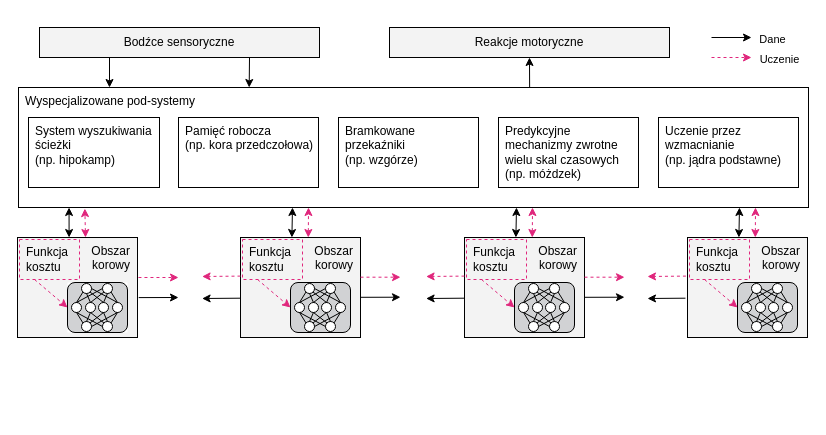
This is Source/BrainLikeNeuralNetworkArchitecture.drawio from mMosiur/Licencjat-Kognitywistyka, a draw.io file, before an edit. Source tidied: cells renumbered, new cells numbered last; positions are measured from the earlier drawing's top-left corner, leaving out a move shared by most shapes. Both pictures are drawn from the tidied source at 100%, with x=0, y=0 at pixel (17, 27).
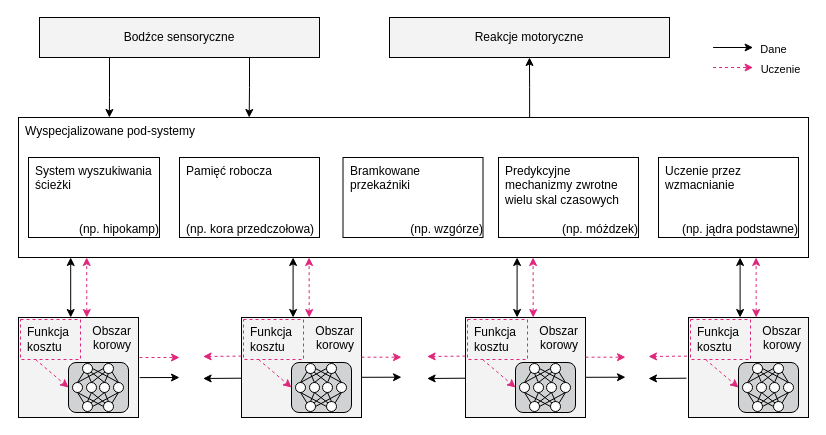
After the change.

Unchanged cells that the change refers to:
```xml
<mxCell id="104" value="Obszar&lt;br&gt;korowy" style="rounded=0;whiteSpace=wrap;html=1;align=right;verticalAlign=top;spacingRight=5;fillColor=#f3f3f3;" parent="103" vertex="1">
  <mxGeometry width="120" height="100" as="geometry" />
</mxCell>
```

The edit, as a diff of the source:
```diff
@@
     <mxCell id="3" value="Wyspecjalizowane pod-systemy" style="rounded=0;whiteSpace=wrap;html=1;verticalAlign=top;labelPosition=center;verticalLabelPosition=middle;align=left;spacingLeft=5;" parent="1" vertex="1">
-      <mxGeometry x="1" y="60" width="790" height="120" as="geometry" />
+      <mxGeometry x="1" y="90" width="790" height="140" as="geometry" />
     </mxCell>
-    <mxCell id="4" value="System wyszukiwania ścieżki&lt;br&gt;(np. hipokamp)" style="rounded=0;whiteSpace=wrap;html=1;verticalAlign=top;labelPosition=center;verticalLabelPosition=middle;align=left;spacingLeft=5;" parent="1" vertex="1">
-      <mxGeometry x="11" y="90" width="131" height="70" as="geometry" />
+    <mxCell id="4" value="System wyszukiwania ścieżki&lt;br&gt;&lt;div&gt;&lt;span&gt;&lt;br&gt;&lt;/span&gt;&lt;/div&gt;&lt;div&gt;&lt;span&gt;&lt;br&gt;&lt;/span&gt;&lt;/div&gt;&lt;div style=&quot;text-align: right&quot;&gt;&lt;span&gt;(np. hipokamp)&lt;/span&gt;&lt;/div&gt;" style="rounded=0;whiteSpace=wrap;html=1;verticalAlign=top;labelPosition=center;verticalLabelPosition=middle;align=left;spacingLeft=5;" parent="1" vertex="1">
+      <mxGeometry x="11" y="130" width="131" height="80" as="geometry" />
     </mxCell>
-    <mxCell id="5" value="Pamięć robocza&lt;br&gt;(np. kora przedczołowa)" style="rounded=0;whiteSpace=wrap;html=1;verticalAlign=top;labelPosition=center;verticalLabelPosition=middle;align=left;spacingLeft=5;" parent="1" vertex="1">
-      <mxGeometry x="161" y="90" width="140" height="70" as="geometry" />
+    <mxCell id="5" value="Pamięć robocza&lt;br&gt;&lt;br&gt;&lt;br&gt;&lt;br&gt;&lt;div style=&quot;text-align: right&quot;&gt;&lt;span&gt;(np. kora przedczołowa)&lt;/span&gt;&lt;/div&gt;" style="rounded=0;whiteSpace=wrap;html=1;verticalAlign=top;labelPosition=center;verticalLabelPosition=middle;align=left;spacingLeft=5;" parent="1" vertex="1">
+      <mxGeometry x="162" y="130" width="140" height="80" as="geometry" />
     </mxCell>
-    <mxCell id="6" value="Bramkowane przekaźniki&lt;br&gt;(np. wzgórze)" style="rounded=0;whiteSpace=wrap;html=1;verticalAlign=top;labelPosition=center;verticalLabelPosition=middle;align=left;spacingLeft=5;" parent="1" vertex="1">
-      <mxGeometry x="321" y="90" width="140" height="70" as="geometry" />
+    <mxCell id="6" value="Bramkowane przekaźniki&lt;br&gt;&lt;br&gt;&lt;br&gt;&lt;div style=&quot;text-align: right&quot;&gt;&lt;span&gt;(np. wzgórze)&lt;/span&gt;&lt;/div&gt;" style="rounded=0;whiteSpace=wrap;html=1;verticalAlign=top;labelPosition=center;verticalLabelPosition=middle;align=left;spacingLeft=5;" parent="1" vertex="1">
+      <mxGeometry x="325.5" y="130" width="140" height="80" as="geometry" />
     </mxCell>
-    <mxCell id="7" value="Predykcyjne mechanizmy zwrotne wielu skal czasowych&lt;br&gt;(np. móżdzek)" style="rounded=0;whiteSpace=wrap;html=1;verticalAlign=top;labelPosition=center;verticalLabelPosition=middle;align=left;spacingLeft=5;" parent="1" vertex="1">
-      <mxGeometry x="481" y="90" width="140" height="70" as="geometry" />
+    <mxCell id="7" value="Predykcyjne mechanizmy zwrotne wielu skal czasowych&lt;br&gt;&lt;br&gt;&lt;div style=&quot;text-align: right&quot;&gt;&lt;span&gt;(np. móżdzek)&lt;/span&gt;&lt;/div&gt;" style="rounded=0;whiteSpace=wrap;html=1;verticalAlign=top;labelPosition=center;verticalLabelPosition=middle;align=left;spacingLeft=5;" parent="1" vertex="1">
+      <mxGeometry x="481" y="130" width="140" height="80" as="geometry" />
     </mxCell>
-    <mxCell id="8" value="Uczenie przez wzmacnianie&lt;br&gt;(np. jądra podstawne)" style="rounded=0;whiteSpace=wrap;html=1;verticalAlign=top;labelPosition=center;verticalLabelPosition=middle;align=left;spacingLeft=5;" parent="1" vertex="1">
-      <mxGeometry x="641" y="90" width="140" height="70" as="geometry" />
+    <mxCell id="8" value="Uczenie przez wzmacnianie&lt;br&gt;&lt;br&gt;&lt;br&gt;&lt;div style=&quot;text-align: right&quot;&gt;&lt;span&gt;(np. jądra podstawne)&lt;/span&gt;&lt;/div&gt;" style="rounded=0;whiteSpace=wrap;html=1;verticalAlign=top;labelPosition=center;verticalLabelPosition=middle;align=left;spacingLeft=5;" parent="1" vertex="1">
+      <mxGeometry x="641" y="130" width="140" height="80" as="geometry" />
     </mxCell>
-    <mxCell id="9" style="edgeStyle=orthogonalEdgeStyle;rounded=0;jettySize=auto;html=1;exitX=0.25;exitY=1;exitDx=0;exitDy=0;" parent="1" edge="1" source="11">
+    <mxCell id="9" style="edgeStyle=orthogonalEdgeStyle;rounded=0;jettySize=auto;html=1;exitX=0.25;exitY=1;exitDx=0;exitDy=0;entryX=0.115;entryY=0;entryDx=0;entryDy=0;entryPerimeter=0;" parent="1" edge="1" source="11" target="3">
       <mxGeometry relative="1" as="geometry">
-        <mxPoint x="92" y="60" as="targetPoint" />
         <Array as="points">
-          <mxPoint x="92" y="60" />
+          <mxPoint x="92" y="70" />
         </Array>
       </mxGeometry>
     </mxCell>
@@
     <mxCell id="11" value="Bodźce sensoryczne" style="rounded=0;whiteSpace=wrap;html=1;align=center;fillColor=#f3f3f3;" parent="1" vertex="1">
-      <mxGeometry x="22" width="280" height="30" as="geometry" />
+      <mxGeometry x="22" y="-10" width="280" height="40" as="geometry" />
     </mxCell>
     <mxCell id="12" value="Reakcje motoryczne" style="rounded=0;whiteSpace=wrap;html=1;align=center;fillColor=#f3f3f3;" parent="1" vertex="1">
-      <mxGeometry x="372" width="280" height="30" as="geometry" />
+      <mxGeometry x="372" y="-10" width="280" height="40" as="geometry" />
     </mxCell>
     <mxCell id="13" style="group;fillColor=#f3f3f3;" parent="1" vertex="1">
-      <mxGeometry y="210" width="120" height="100" as="geometry" />
+      <mxGeometry x="1" y="290" width="120" height="100" as="geometry" />
     </mxCell>
-    <mxCell id="14" value="Obszar&lt;br&gt;korowy" style="rounded=0;whiteSpace=wrap;html=1;align=right;verticalAlign=top;spacingRight=5;fillColor=#f3f3f3;" parent="13" vertex="1">
+    <mxCell id="14" value="&lt;div&gt;&lt;span&gt;Obszar&lt;/span&gt;&lt;/div&gt;&lt;div&gt;&lt;span&gt;korowy&lt;/span&gt;&lt;/div&gt;" style="rounded=0;whiteSpace=wrap;html=1;align=right;verticalAlign=top;spacingRight=5;fillColor=#f3f3f3;" parent="13" vertex="1">
       <mxGeometry width="120" height="100" as="geometry" />
     </mxCell>
@@
     <mxCell id="43" style="group;fillColor=#f3f3f3;" parent="1" vertex="1">
-      <mxGeometry x="223" y="210" width="120" height="100" as="geometry" />
+      <mxGeometry x="224" y="290" width="120" height="100" as="geometry" />
     </mxCell>
@@
     <mxCell id="73" style="group;fillColor=#F3F3F3;" parent="1" vertex="1">
-      <mxGeometry x="447" y="210" width="120" height="100" as="geometry" />
+      <mxGeometry x="448" y="290" width="120" height="100" as="geometry" />
     </mxCell>
@@
     <mxCell id="103" style="group;fillColor=#f3f3f3;" parent="1" vertex="1">
-      <mxGeometry x="670" y="210" width="120" height="100" as="geometry" />
+      <mxGeometry x="671" y="290" width="120" height="100" as="geometry" />
     </mxCell>
@@
-    <mxCell id="133" style="endArrow=classic;startArrow=classic;html=1;exitX=0.43;exitY=0;exitDx=0;exitDy=0;exitPerimeter=0;entryX=0.064;entryY=1;entryDx=0;entryDy=0;entryPerimeter=0;" parent="1" edge="1" source="14" target="3">
-      <mxGeometry relative="1" as="geometry" />
-    </mxCell>
-    <mxCell id="134" style="endArrow=classic;startArrow=classic;html=1;dashed=1;entryX=0.084;entryY=1.009;entryDx=0;entryDy=0;entryPerimeter=0;strokeColor=#E0267C;" parent="1" edge="1" target="3">
-      <mxGeometry relative="1" as="geometry">
-        <mxPoint x="68" y="210" as="sourcePoint" />
-      </mxGeometry>
-    </mxCell>
     <mxCell id="135" style="endArrow=classic;html=1;exitX=1.01;exitY=0.601;exitDx=0;exitDy=0;exitPerimeter=0;" parent="1" edge="1" source="14">
       <mxGeometry relative="1" as="geometry">
-        <mxPoint x="161" y="270" as="targetPoint" />
+        <mxPoint x="162" y="350" as="targetPoint" />
       </mxGeometry>
     </mxCell>
     <mxCell id="136" style="endArrow=classic;html=1;exitX=1.008;exitY=0.4;exitDx=0;exitDy=0;exitPerimeter=0;dashed=1;strokeColor=#E0267C;" parent="1" edge="1" source="14">
       <mxGeometry relative="1" as="geometry">
-        <mxPoint x="161" y="250" as="targetPoint" />
+        <mxPoint x="162" y="330" as="targetPoint" />
       </mxGeometry>
     </mxCell>
     <mxCell id="137" style="endArrow=classic;html=1;exitX=1.01;exitY=0.601;exitDx=0;exitDy=0;exitPerimeter=0;" parent="1" edge="1">
       <mxGeometry relative="1" as="geometry">
-        <mxPoint x="343.2" y="269.8" as="sourcePoint" />
-        <mxPoint x="383" y="269.7" as="targetPoint" />
+        <mxPoint x="344.2" y="349.8" as="sourcePoint" />
+        <mxPoint x="384" y="349.7" as="targetPoint" />
       </mxGeometry>
     </mxCell>
     <mxCell id="138" style="endArrow=classic;html=1;exitX=1.008;exitY=0.4;exitDx=0;exitDy=0;exitPerimeter=0;dashed=1;strokeColor=#E0267C;" parent="1" edge="1">
       <mxGeometry relative="1" as="geometry">
-        <mxPoint x="343" y="249.7" as="sourcePoint" />
-        <mxPoint x="383" y="249.7" as="targetPoint" />
+        <mxPoint x="344" y="329.7" as="sourcePoint" />
+        <mxPoint x="384" y="329.7" as="targetPoint" />
       </mxGeometry>
     </mxCell>
     <mxCell id="139" style="endArrow=classic;html=1;exitX=1.01;exitY=0.601;exitDx=0;exitDy=0;exitPerimeter=0;" parent="1" edge="1">
       <mxGeometry relative="1" as="geometry">
-        <mxPoint x="567.2" y="269.8" as="sourcePoint" />
-        <mxPoint x="607" y="269.7" as="targetPoint" />
+        <mxPoint x="568.2" y="349.8" as="sourcePoint" />
+        <mxPoint x="608" y="349.7" as="targetPoint" />
       </mxGeometry>
     </mxCell>
     <mxCell id="140" style="endArrow=classic;html=1;exitX=1.008;exitY=0.4;exitDx=0;exitDy=0;exitPerimeter=0;dashed=1;strokeColor=#E0267C;" parent="1" edge="1">
       <mxGeometry relative="1" as="geometry">
-        <mxPoint x="567" y="249.7" as="sourcePoint" />
-        <mxPoint x="607" y="249.7" as="targetPoint" />
+        <mxPoint x="568" y="329.7" as="sourcePoint" />
+        <mxPoint x="608" y="329.7" as="targetPoint" />
       </mxGeometry>
     </mxCell>
     <mxCell id="141" style="endArrow=classic;html=1;exitX=-0.017;exitY=0.607;exitDx=0;exitDy=0;exitPerimeter=0;" parent="1" edge="1" source="104">
       <mxGeometry relative="1" as="geometry">
-        <mxPoint x="630" y="271" as="targetPoint" />
+        <mxPoint x="631" y="351" as="targetPoint" />
       </mxGeometry>
     </mxCell>
     <mxCell id="142" style="endArrow=classic;html=1;exitX=-0.013;exitY=0.386;exitDx=0;exitDy=0;exitPerimeter=0;dashed=1;strokeColor=#E0267C;" parent="1" edge="1" source="104">
       <mxGeometry relative="1" as="geometry">
-        <mxPoint x="630" y="249" as="targetPoint" />
+        <mxPoint x="631" y="329" as="targetPoint" />
       </mxGeometry>
     </mxCell>
     <mxCell id="143" style="endArrow=classic;html=1;exitX=-0.017;exitY=0.607;exitDx=0;exitDy=0;exitPerimeter=0;" parent="1" edge="1">
       <mxGeometry relative="1" as="geometry">
-        <mxPoint x="446.5" y="270.7" as="sourcePoint" />
-        <mxPoint x="408.6" y="271" as="targetPoint" />
+        <mxPoint x="447.5" y="350.7" as="sourcePoint" />
+        <mxPoint x="409.6" y="351" as="targetPoint" />
       </mxGeometry>
     </mxCell>
     <mxCell id="144" style="endArrow=classic;html=1;exitX=-0.013;exitY=0.386;exitDx=0;exitDy=0;exitPerimeter=0;dashed=1;strokeColor=#E0267C;" parent="1" edge="1">
       <mxGeometry relative="1" as="geometry">
-        <mxPoint x="447" y="248.6" as="sourcePoint" />
-        <mxPoint x="408.6" y="249" as="targetPoint" />
+        <mxPoint x="448" y="328.6" as="sourcePoint" />
+        <mxPoint x="409.6" y="329" as="targetPoint" />
       </mxGeometry>
     </mxCell>
     <mxCell id="145" style="endArrow=classic;html=1;exitX=-0.017;exitY=0.607;exitDx=0;exitDy=0;exitPerimeter=0;" parent="1" edge="1">
       <mxGeometry relative="1" as="geometry">
-        <mxPoint x="222.5" y="270.7" as="sourcePoint" />
-        <mxPoint x="184.6" y="271" as="targetPoint" />
+        <mxPoint x="223.5" y="350.7" as="sourcePoint" />
+        <mxPoint x="185.6" y="351" as="targetPoint" />
       </mxGeometry>
     </mxCell>
     <mxCell id="146" style="endArrow=classic;html=1;exitX=-0.013;exitY=0.386;exitDx=0;exitDy=0;exitPerimeter=0;dashed=1;strokeColor=#E0267C;" parent="1" edge="1">
       <mxGeometry relative="1" as="geometry">
-        <mxPoint x="223" y="248.6" as="sourcePoint" />
-        <mxPoint x="184.6" y="249" as="targetPoint" />
+        <mxPoint x="224" y="328.6" as="sourcePoint" />
+        <mxPoint x="185.6" y="329" as="targetPoint" />
       </mxGeometry>
     </mxCell>
-    <mxCell id="147" style="endArrow=classic;startArrow=classic;html=1;exitX=0.43;exitY=0;exitDx=0;exitDy=0;exitPerimeter=0;" parent="1" edge="1">
+    <mxCell id="147" style="endArrow=classic;startArrow=classic;html=1;exitX=0.435;exitY=0;exitDx=0;exitDy=0;exitPerimeter=0;" parent="1" edge="1" source="14">
       <mxGeometry relative="1" as="geometry">
-        <mxPoint x="274.4" y="210" as="sourcePoint" />
-        <mxPoint x="275" y="180" as="targetPoint" />
+        <mxPoint x="53.2" y="230" as="targetPoint" />
       </mxGeometry>
     </mxCell>
-    <mxCell id="148" style="endArrow=classic;startArrow=classic;html=1;dashed=1;strokeColor=#E0267C;" parent="1" edge="1">
+    <mxCell id="148" style="endArrow=classic;startArrow=classic;html=1;dashed=1;strokeColor=#E0267C;exitX=0.569;exitY=0;exitDx=0;exitDy=0;exitPerimeter=0;" parent="1" edge="1" source="14">
       <mxGeometry relative="1" as="geometry">
-        <mxPoint x="290.8" y="210" as="sourcePoint" />
-        <mxPoint x="291" y="180" as="targetPoint" />
+        <mxPoint x="69.2" y="230" as="targetPoint" />
       </mxGeometry>
     </mxCell>
-    <mxCell id="149" style="endArrow=classic;startArrow=classic;html=1;exitX=0.43;exitY=0;exitDx=0;exitDy=0;exitPerimeter=0;" parent="1" edge="1">
-      <mxGeometry relative="1" as="geometry">
-        <mxPoint x="498.4" y="210" as="sourcePoint" />
-        <mxPoint x="499" y="180" as="targetPoint" />
-      </mxGeometry>
-    </mxCell>
-    <mxCell id="150" style="endArrow=classic;startArrow=classic;html=1;dashed=1;strokeColor=#E0267C;" parent="1" edge="1">
-      <mxGeometry relative="1" as="geometry">
-        <mxPoint x="514.8" y="210" as="sourcePoint" />
-        <mxPoint x="515" y="180" as="targetPoint" />
-      </mxGeometry>
-    </mxCell>
-    <mxCell id="151" style="endArrow=classic;startArrow=classic;html=1;exitX=0.43;exitY=0;exitDx=0;exitDy=0;exitPerimeter=0;" parent="1" edge="1">
-      <mxGeometry relative="1" as="geometry">
-        <mxPoint x="721.4" y="210" as="sourcePoint" />
-        <mxPoint x="722" y="180" as="targetPoint" />
-      </mxGeometry>
-    </mxCell>
-    <mxCell id="152" style="endArrow=classic;startArrow=classic;html=1;dashed=1;strokeColor=#E0267C;" parent="1" edge="1">
-      <mxGeometry relative="1" as="geometry">
-        <mxPoint x="737.8" y="210" as="sourcePoint" />
-        <mxPoint x="738" y="180" as="targetPoint" />
-      </mxGeometry>
-    </mxCell>
     <mxCell id="153" style="endArrow=classic;html=1;exitX=1.008;exitY=0.4;exitDx=0;exitDy=0;exitPerimeter=0;dashed=1;strokeColor=#E0267C;" parent="1" edge="1">
       <mxGeometry relative="1" as="geometry">
-        <mxPoint x="694" y="30" as="sourcePoint" />
-        <mxPoint x="734" y="30" as="targetPoint" />
+        <mxPoint x="695.6" y="40" as="sourcePoint" />
+        <mxPoint x="735.6" y="40" as="targetPoint" />
       </mxGeometry>
     </mxCell>
@@
     <mxCell id="155" style="endArrow=classic;html=1;exitX=1.008;exitY=0.4;exitDx=0;exitDy=0;exitPerimeter=0;" parent="1" edge="1">
       <mxGeometry relative="1" as="geometry">
-        <mxPoint x="694" y="10" as="sourcePoint" />
-        <mxPoint x="734" y="10" as="targetPoint" />
+        <mxPoint x="695.6" y="20" as="sourcePoint" />
+        <mxPoint x="735.6" y="20" as="targetPoint" />
       </mxGeometry>
     </mxCell>
@@
+    <mxCell id="157" style="endArrow=classic;startArrow=classic;html=1;exitX=0.435;exitY=0;exitDx=0;exitDy=0;exitPerimeter=0;" parent="1" edge="1">
+      <mxGeometry relative="1" as="geometry">
+        <mxPoint x="275.6" y="290" as="sourcePoint" />
+        <mxPoint x="275.6" y="230" as="targetPoint" />
+      </mxGeometry>
+    </mxCell>
+    <mxCell id="158" style="endArrow=classic;startArrow=classic;html=1;dashed=1;strokeColor=#E0267C;exitX=0.569;exitY=0;exitDx=0;exitDy=0;exitPerimeter=0;" parent="1" edge="1">
+      <mxGeometry relative="1" as="geometry">
+        <mxPoint x="291.7" y="290" as="sourcePoint" />
+        <mxPoint x="291.6" y="230" as="targetPoint" />
+      </mxGeometry>
+    </mxCell>
+    <mxCell id="159" style="endArrow=classic;startArrow=classic;html=1;exitX=0.435;exitY=0;exitDx=0;exitDy=0;exitPerimeter=0;" parent="1" edge="1">
+      <mxGeometry relative="1" as="geometry">
+        <mxPoint x="499.6" y="290" as="sourcePoint" />
+        <mxPoint x="499.6" y="230" as="targetPoint" />
+      </mxGeometry>
+    </mxCell>
+    <mxCell id="160" style="endArrow=classic;startArrow=classic;html=1;dashed=1;strokeColor=#E0267C;exitX=0.569;exitY=0;exitDx=0;exitDy=0;exitPerimeter=0;" parent="1" edge="1">
+      <mxGeometry relative="1" as="geometry">
+        <mxPoint x="515.7" y="290" as="sourcePoint" />
+        <mxPoint x="515.6" y="230" as="targetPoint" />
+      </mxGeometry>
+    </mxCell>
+    <mxCell id="161" style="endArrow=classic;startArrow=classic;html=1;exitX=0.435;exitY=0;exitDx=0;exitDy=0;exitPerimeter=0;" parent="1" edge="1">
+      <mxGeometry relative="1" as="geometry">
+        <mxPoint x="722.6" y="290" as="sourcePoint" />
+        <mxPoint x="722.6" y="230" as="targetPoint" />
+      </mxGeometry>
+    </mxCell>
+    <mxCell id="162" style="endArrow=classic;startArrow=classic;html=1;dashed=1;strokeColor=#E0267C;exitX=0.569;exitY=0;exitDx=0;exitDy=0;exitPerimeter=0;" parent="1" edge="1">
+      <mxGeometry relative="1" as="geometry">
+        <mxPoint x="738.7" y="290" as="sourcePoint" />
+        <mxPoint x="738.6" y="230" as="targetPoint" />
+      </mxGeometry>
+    </mxCell>
```
